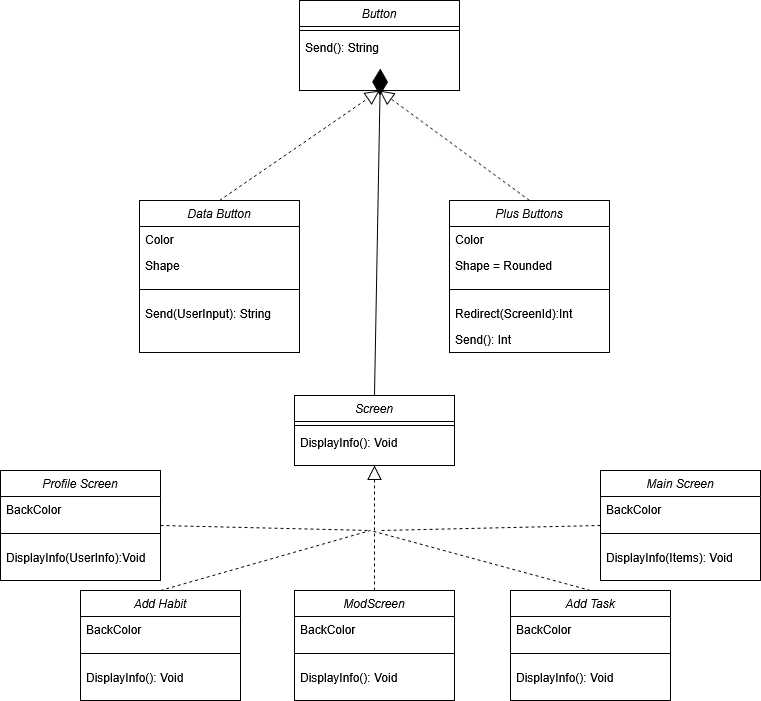
The draw.io diagram Diagrams/Class_Interfaces.drawio.png in Fabiancipher/Habitra, before a commit. Source tidied: cells renumbered, new cells last; positions are measured from the earlier drawing's top-left corner, leaving out a move shared by most shapes.
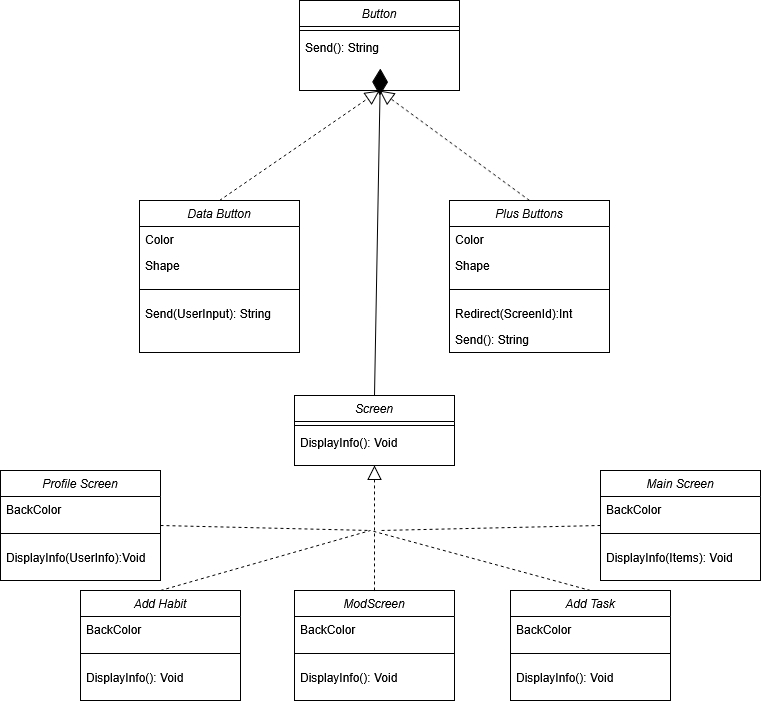
Later version of the same file.

Change to the diagram source:
```diff
@@ -17,7 +17,7 @@
     <mxCell id="6" value="Color" style="text;align=left;verticalAlign=top;spacingLeft=4;spacingRight=4;overflow=hidden;" parent="5" vertex="1">
       <mxGeometry y="26" width="160" height="26" as="geometry" />
     </mxCell>
-    <mxCell id="7" value="Shape = Rounded" style="text;align=left;verticalAlign=top;spacingLeft=4;spacingRight=4;overflow=hidden;" parent="5" vertex="1">
+    <mxCell id="7" value="Shape " style="text;align=left;verticalAlign=top;spacingLeft=4;spacingRight=4;overflow=hidden;" parent="5" vertex="1">
       <mxGeometry y="52" width="160" height="26" as="geometry" />
     </mxCell>
     <mxCell id="8" style="line;html=1;strokeWidth=1;align=left;verticalAlign=middle;spacingTop=-1;spacingLeft=3;spacingRight=3;labelPosition=right;" parent="5" vertex="1">
@@ -26,7 +26,7 @@
     <mxCell id="9" value="Redirect(ScreenId):Int" style="text;align=left;verticalAlign=top;spacingLeft=4;spacingRight=4;overflow=hidden;" parent="5" vertex="1">
       <mxGeometry y="100" width="160" height="26" as="geometry" />
     </mxCell>
-    <mxCell id="10" value="Send(): Int" style="text;align=left;verticalAlign=top;spacingLeft=4;spacingRight=4;overflow=hidden;" parent="5" vertex="1">
+    <mxCell id="10" value="Send(): String" style="text;align=left;verticalAlign=top;spacingLeft=4;spacingRight=4;overflow=hidden;" parent="5" vertex="1">
       <mxGeometry y="126" width="160" height="26" as="geometry" />
     </mxCell>
     <mxCell id="11" value="Data Button" style="swimlane;fontStyle=2;align=center;verticalAlign=top;horizontal=1;startSize=26;rounded=0;shadow=0;strokeWidth=1;" parent="1" vertex="1">
```
